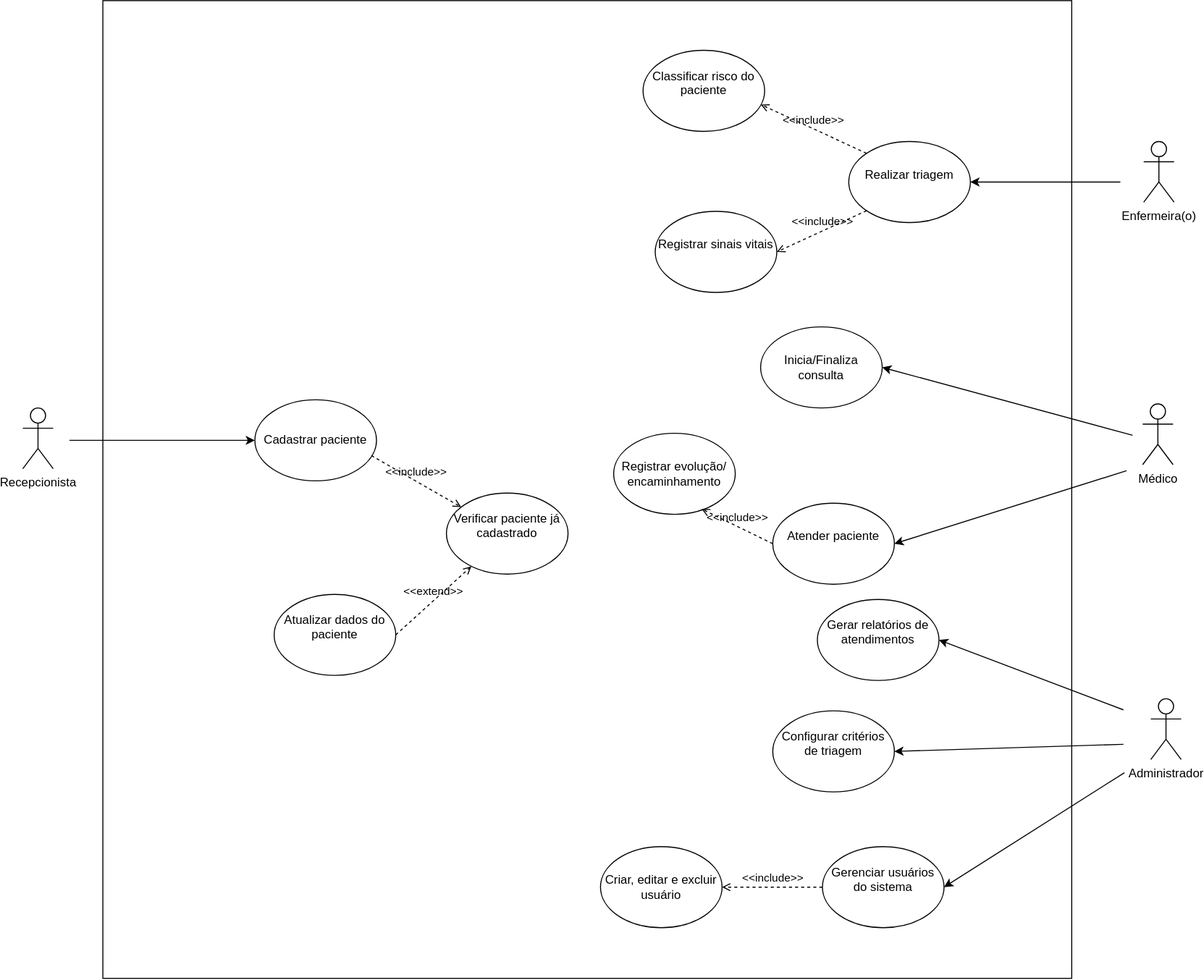
The draw.io diagram diagramas/DiagramaCasodeUso.drawio.svg in Zidan-09/ProjetoInterdiciplinar_GdF, before a commit. Source tidied: cells renumbered, new cells last; positions are measured from the earlier drawing's top-left corner, leaving out a move shared by most shapes.
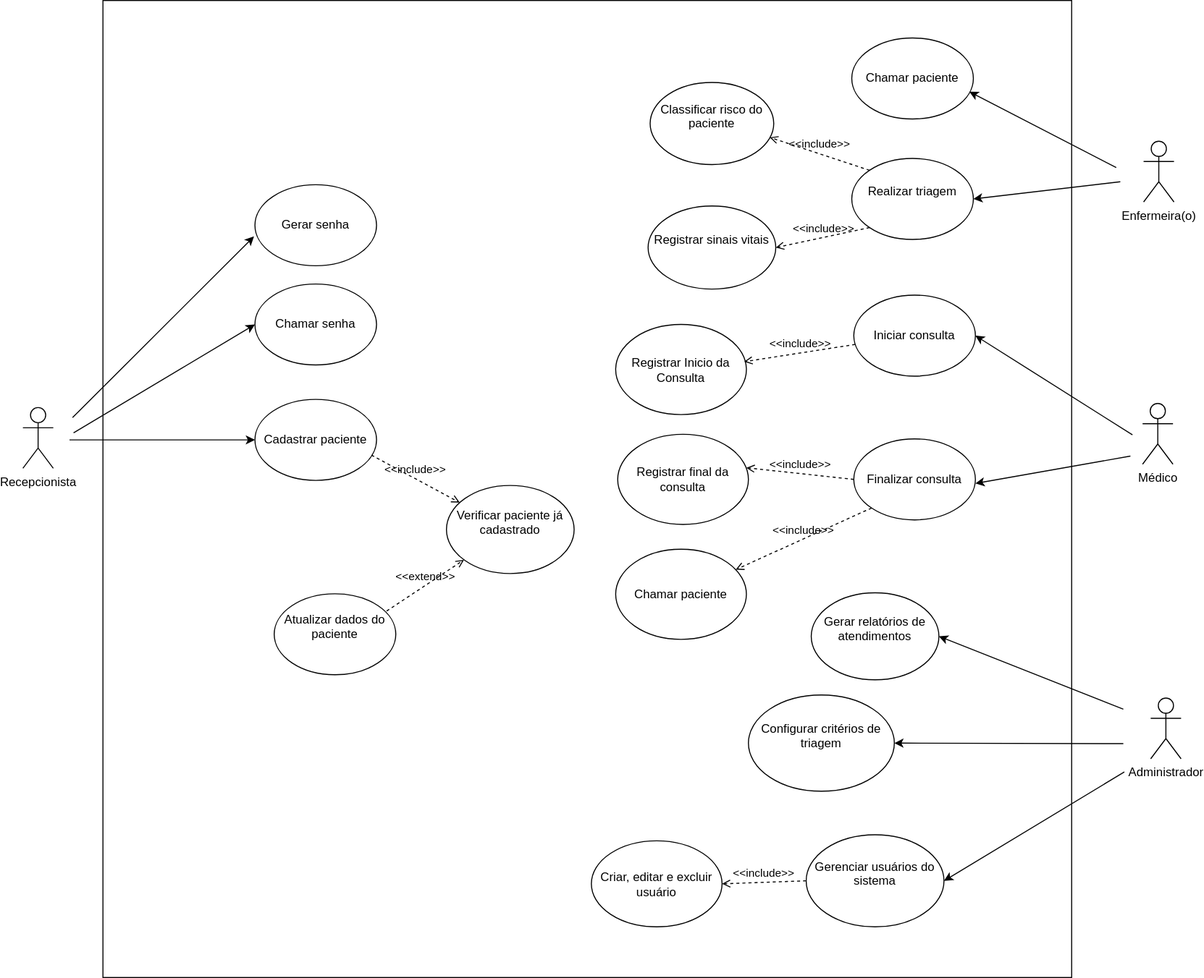
After the commit.

The edit, as a diff of the source:
```diff
@@ -21,31 +21,28 @@
       <mxGeometry x="229" y="394" width="120" height="80" as="geometry" />
     </mxCell>
     <mxCell id="8" value="&#10;Realizar triagem&#10;&#10;" style="ellipse;whiteSpace=wrap;html=1;" parent="1" vertex="1">
-      <mxGeometry x="815" y="139" width="120" height="80" as="geometry" />
+      <mxGeometry x="818" y="156" width="120" height="80" as="geometry" />
     </mxCell>
     <mxCell id="9" value="&#10;Atualizar dados do paciente&#10;&#10;" style="ellipse;whiteSpace=wrap;html=1;" parent="1" vertex="1">
       <mxGeometry x="248" y="586" width="120" height="80" as="geometry" />
     </mxCell>
     <mxCell id="10" value="&#10;Classificar risco do paciente&#10;&#10;" style="ellipse;whiteSpace=wrap;html=1;" parent="1" vertex="1">
-      <mxGeometry x="612" y="49" width="120" height="80" as="geometry" />
+      <mxGeometry x="619" y="81" width="122" height="81" as="geometry" />
     </mxCell>
-    <mxCell id="11" value="&#10;Atender paciente&#10;&#10;" style="ellipse;whiteSpace=wrap;html=1;" parent="1" vertex="1">
-      <mxGeometry x="740" y="496" width="120" height="80" as="geometry" />
-    </mxCell>
-    <mxCell id="12" value="Inicia/Finaliza consulta" style="ellipse;whiteSpace=wrap;html=1;" parent="1" vertex="1">
-      <mxGeometry x="728" y="322" width="120" height="80" as="geometry" />
+    <mxCell id="12" value="Iniciar consulta" style="ellipse;whiteSpace=wrap;html=1;" parent="1" vertex="1">
+      <mxGeometry x="820" y="291" width="120" height="80" as="geometry" />
     </mxCell>
     <mxCell id="13" value="&#10;Configurar critérios de triagem&#10;&#10;" style="ellipse;whiteSpace=wrap;html=1;" parent="1" vertex="1">
-      <mxGeometry x="740" y="701" width="120" height="80" as="geometry" />
+      <mxGeometry x="716" y="686" width="144" height="95" as="geometry" />
     </mxCell>
     <mxCell id="14" value="&#10;Gerar relatórios de atendimentos&#10;&#10;" style="ellipse;whiteSpace=wrap;html=1;" parent="1" vertex="1">
-      <mxGeometry x="784" y="591" width="120" height="80" as="geometry" />
+      <mxGeometry x="778" y="585" width="126" height="86" as="geometry" />
     </mxCell>
-    <mxCell id="15" value="&lt;br&gt;Registrar evolução/&lt;br&gt;encaminhamento&lt;div&gt;&lt;br/&gt;&lt;/div&gt;" style="ellipse;whiteSpace=wrap;html=1;" parent="1" vertex="1">
-      <mxGeometry x="583" y="427" width="120" height="80" as="geometry" />
+    <mxCell id="15" value="&lt;div&gt;Registrar Inicio da Consulta&lt;/div&gt;" style="ellipse;whiteSpace=wrap;html=1;" parent="1" vertex="1">
+      <mxGeometry x="585" y="320" width="129" height="89" as="geometry" />
     </mxCell>
     <mxCell id="16" value="&#10;Gerenciar usuários do sistema&#10;&#10;" style="ellipse;whiteSpace=wrap;html=1;" parent="1" vertex="1">
-      <mxGeometry x="789" y="835" width="120" height="80" as="geometry" />
+      <mxGeometry x="773" y="824" width="136" height="91" as="geometry" />
     </mxCell>
     <mxCell id="17" style="endArrow=classic;html=1;rounded=0;entryX=0;entryY=0.5;entryDx=0;entryDy=0;" parent="1" edge="1" target="7">
       <mxGeometry relative="1" as="geometry">
@@ -62,11 +59,6 @@
         <mxPoint x="1095" y="429" as="sourcePoint" />
       </mxGeometry>
     </mxCell>
-    <mxCell id="20" style="endArrow=classic;html=1;rounded=0;entryX=1;entryY=0.5;entryDx=0;entryDy=0;" parent="1" edge="1" target="11">
-      <mxGeometry relative="1" as="geometry">
-        <mxPoint x="1089" y="464" as="sourcePoint" />
-      </mxGeometry>
-    </mxCell>
     <mxCell id="21" style="endArrow=classic;html=1;rounded=0;entryX=1;entryY=0.5;entryDx=0;entryDy=0;" parent="1" edge="1" target="16">
       <mxGeometry relative="1" as="geometry">
         <mxPoint x="1087" y="762" as="sourcePoint" />
@@ -86,28 +78,73 @@
       <mxGeometry relative="1" as="geometry" />
     </mxCell>
     <mxCell id="25" value="&#10;Verificar paciente já cadastrado&#10;&#10;" style="ellipse;whiteSpace=wrap;html=1;" parent="1" vertex="1">
-      <mxGeometry x="418" y="486" width="120" height="80" as="geometry" />
+      <mxGeometry x="418" y="479" width="126" height="87" as="geometry" />
     </mxCell>
     <mxCell id="26" value="&amp;lt;&amp;lt;include&amp;gt;&amp;gt;" style="html=1;verticalAlign=bottom;labelBackgroundColor=none;endArrow=open;endFill=0;dashed=1;rounded=0;exitX=0.958;exitY=0.688;exitDx=0;exitDy=0;exitPerimeter=0;" parent="1" edge="1" source="7" target="25">
       <mxGeometry relative="1" as="geometry" />
     </mxCell>
-    <mxCell id="27" value="&amp;lt;&amp;lt;extend&amp;gt;&amp;gt;" style="html=1;verticalAlign=bottom;labelBackgroundColor=none;endArrow=open;endFill=0;dashed=1;rounded=0;exitX=1;exitY=0.5;exitDx=0;exitDy=0;" parent="1" edge="1" source="9" target="25">
+    <mxCell id="27" value="&amp;lt;&amp;lt;extend&amp;gt;&amp;gt;" style="html=1;verticalAlign=bottom;labelBackgroundColor=none;endArrow=open;endFill=0;dashed=1;rounded=0;exitX=0.925;exitY=0.213;exitDx=0;exitDy=0;exitPerimeter=0;" parent="1" edge="1" source="9" target="25">
       <mxGeometry relative="1" as="geometry" />
     </mxCell>
     <mxCell id="28" value="&#10;Registrar sinais vitais&#10;&#10;" style="ellipse;whiteSpace=wrap;html=1;" parent="1" vertex="1">
-      <mxGeometry x="624" y="208" width="120" height="80" as="geometry" />
+      <mxGeometry x="617" y="203" width="126" height="82" as="geometry" />
     </mxCell>
     <mxCell id="29" value="&amp;lt;&amp;lt;include&amp;gt;&amp;gt;" style="html=1;verticalAlign=bottom;labelBackgroundColor=none;endArrow=open;endFill=0;dashed=1;rounded=0;entryX=1;entryY=0.5;entryDx=0;entryDy=0;exitX=0;exitY=1;exitDx=0;exitDy=0;" parent="1" edge="1" source="8" target="28">
       <mxGeometry relative="1" as="geometry" />
     </mxCell>
-    <mxCell id="30" value="&amp;lt;&amp;lt;include&amp;gt;&amp;gt;" style="html=1;verticalAlign=bottom;labelBackgroundColor=none;endArrow=open;endFill=0;dashed=1;rounded=0;entryX=0.723;entryY=0.935;entryDx=0;entryDy=0;exitX=0;exitY=0.5;exitDx=0;exitDy=0;entryPerimeter=0;" parent="1" edge="1" source="11" target="15">
+    <mxCell id="30" value="&amp;lt;&amp;lt;include&amp;gt;&amp;gt;" style="html=1;verticalAlign=bottom;labelBackgroundColor=none;endArrow=open;endFill=0;dashed=1;rounded=0;entryX=0.983;entryY=0.413;entryDx=0;entryDy=0;entryPerimeter=0;" parent="1" edge="1" source="12" target="15">
       <mxGeometry relative="1" as="geometry" />
     </mxCell>
     <mxCell id="31" value="Criar, editar e excluir usuário" style="ellipse;whiteSpace=wrap;html=1;" parent="1" vertex="1">
-      <mxGeometry x="570" y="835" width="120" height="80" as="geometry" />
+      <mxGeometry x="561" y="830" width="129" height="85" as="geometry" />
     </mxCell>
     <mxCell id="32" value="&amp;lt;&amp;lt;include&amp;gt;&amp;gt;" style="html=1;verticalAlign=bottom;labelBackgroundColor=none;endArrow=open;endFill=0;dashed=1;rounded=0;exitX=0;exitY=0.5;exitDx=0;exitDy=0;entryX=1;entryY=0.5;entryDx=0;entryDy=0;" parent="1" edge="1" source="16" target="31">
       <mxGeometry relative="1" as="geometry" />
     </mxCell>
+    <mxCell id="33" value="Gerar senha" style="ellipse;whiteSpace=wrap;html=1;" parent="1" vertex="1">
+      <mxGeometry x="229" y="182" width="120" height="80" as="geometry" />
+    </mxCell>
+    <mxCell id="34" style="endArrow=classic;html=1;rounded=0;entryX=-0.008;entryY=0.638;entryDx=0;entryDy=0;entryPerimeter=0;" parent="1" edge="1" target="33">
+      <mxGeometry relative="1" as="geometry">
+        <mxPoint x="49" y="412" as="sourcePoint" />
+      </mxGeometry>
+    </mxCell>
+    <mxCell id="35" value="Chamar senha" style="ellipse;whiteSpace=wrap;html=1;" parent="1" vertex="1">
+      <mxGeometry x="229" y="280" width="120" height="80" as="geometry" />
+    </mxCell>
+    <mxCell id="36" style="endArrow=classic;html=1;rounded=0;entryX=0;entryY=0.5;entryDx=0;entryDy=0;" parent="1" edge="1" target="35">
+      <mxGeometry relative="1" as="geometry">
+        <mxPoint x="50" y="427" as="sourcePoint" />
+      </mxGeometry>
+    </mxCell>
+    <mxCell id="37" value="Chamar paciente" style="ellipse;whiteSpace=wrap;html=1;" parent="1" vertex="1">
+      <mxGeometry x="818" y="37" width="120" height="80" as="geometry" />
+    </mxCell>
+    <mxCell id="38" style="endArrow=classic;html=1;rounded=0;entryX=0.967;entryY=0.663;entryDx=0;entryDy=0;entryPerimeter=0;" parent="1" edge="1" target="37">
+      <mxGeometry relative="1" as="geometry">
+        <mxPoint x="1079" y="165" as="sourcePoint" />
+      </mxGeometry>
+    </mxCell>
+    <mxCell id="39" value="Finalizar consulta" style="ellipse;whiteSpace=wrap;html=1;" parent="1" vertex="1">
+      <mxGeometry x="820" y="433" width="120" height="80" as="geometry" />
+    </mxCell>
+    <mxCell id="40" style="endArrow=classic;html=1;rounded=0;entryX=1;entryY=0.5;entryDx=0;entryDy=0;" parent="1" edge="1">
+      <mxGeometry relative="1" as="geometry">
+        <mxPoint x="1093" y="450" as="sourcePoint" />
+        <mxPoint x="940" y="477" as="targetPoint" />
+      </mxGeometry>
+    </mxCell>
+    <mxCell id="41" value="Registrar final da consulta" style="ellipse;whiteSpace=wrap;html=1;" parent="1" vertex="1">
+      <mxGeometry x="587" y="428.5" width="129" height="89" as="geometry" />
+    </mxCell>
+    <mxCell id="42" value="&amp;lt;&amp;lt;include&amp;gt;&amp;gt;" style="html=1;verticalAlign=bottom;labelBackgroundColor=none;endArrow=open;endFill=0;dashed=1;rounded=0;entryX=0.984;entryY=0.371;entryDx=0;entryDy=0;entryPerimeter=0;exitX=0;exitY=0.5;exitDx=0;exitDy=0;" parent="1" edge="1" source="39" target="41">
+      <mxGeometry relative="1" as="geometry" />
+    </mxCell>
+    <mxCell id="43" value="Chamar paciente" style="ellipse;whiteSpace=wrap;html=1;" parent="1" vertex="1">
+      <mxGeometry x="585" y="542" width="129" height="89" as="geometry" />
+    </mxCell>
+    <mxCell id="44" value="&amp;lt;&amp;lt;include&amp;gt;&amp;gt;" style="html=1;verticalAlign=bottom;labelBackgroundColor=none;endArrow=open;endFill=0;dashed=1;rounded=0;exitX=0;exitY=1;exitDx=0;exitDy=0;" parent="1" edge="1" source="39" target="43">
+      <mxGeometry relative="1" as="geometry" />
+    </mxCell>
   </root>
 </mxGraphModel>
```
